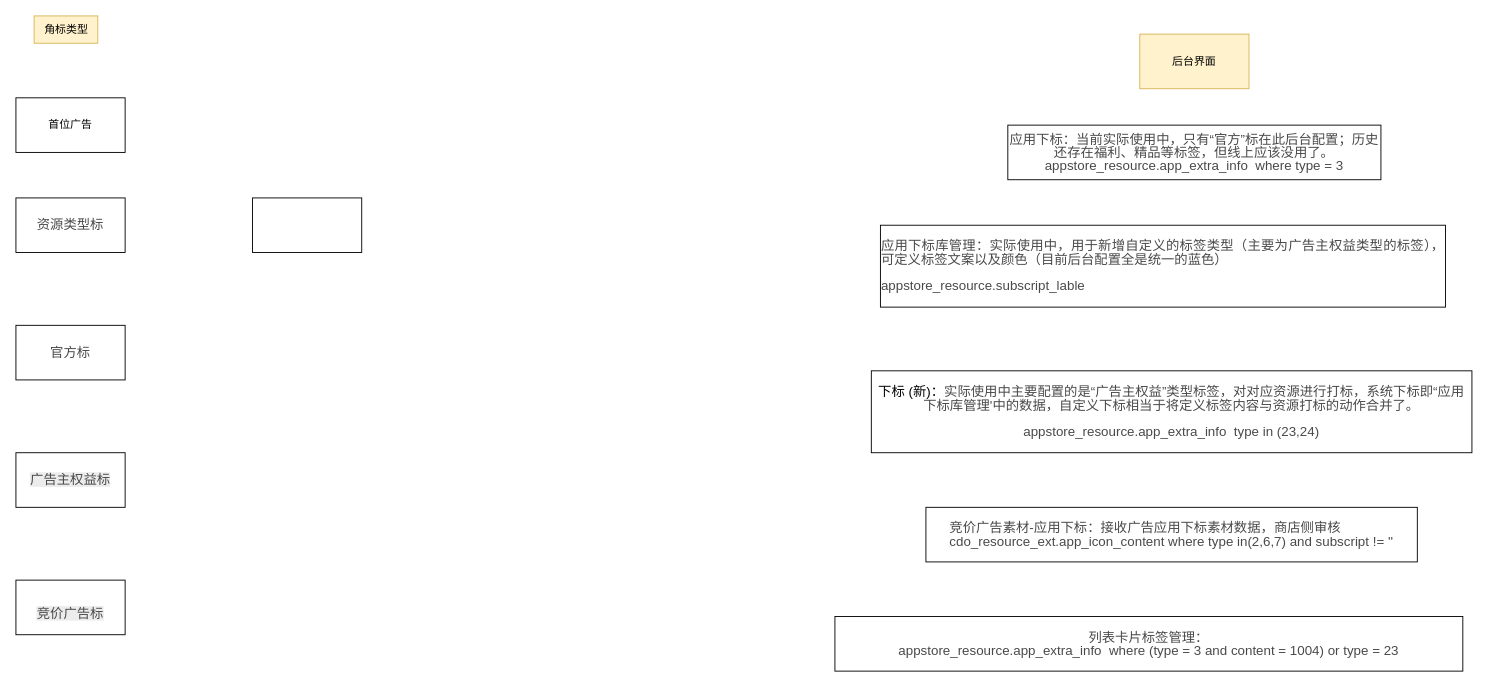
The draw.io diagram 角标数据源.drawio in ETHAN0430/draw.io.repo, before the edit. Source tidied: cells renumbered, new cells numbered last; positions are measured from the earlier drawing's top-left corner, leaving out a move shared by most shapes. Both pictures are drawn from the tidied source at 91%, with x=0, y=0 at pixel (15, 15).
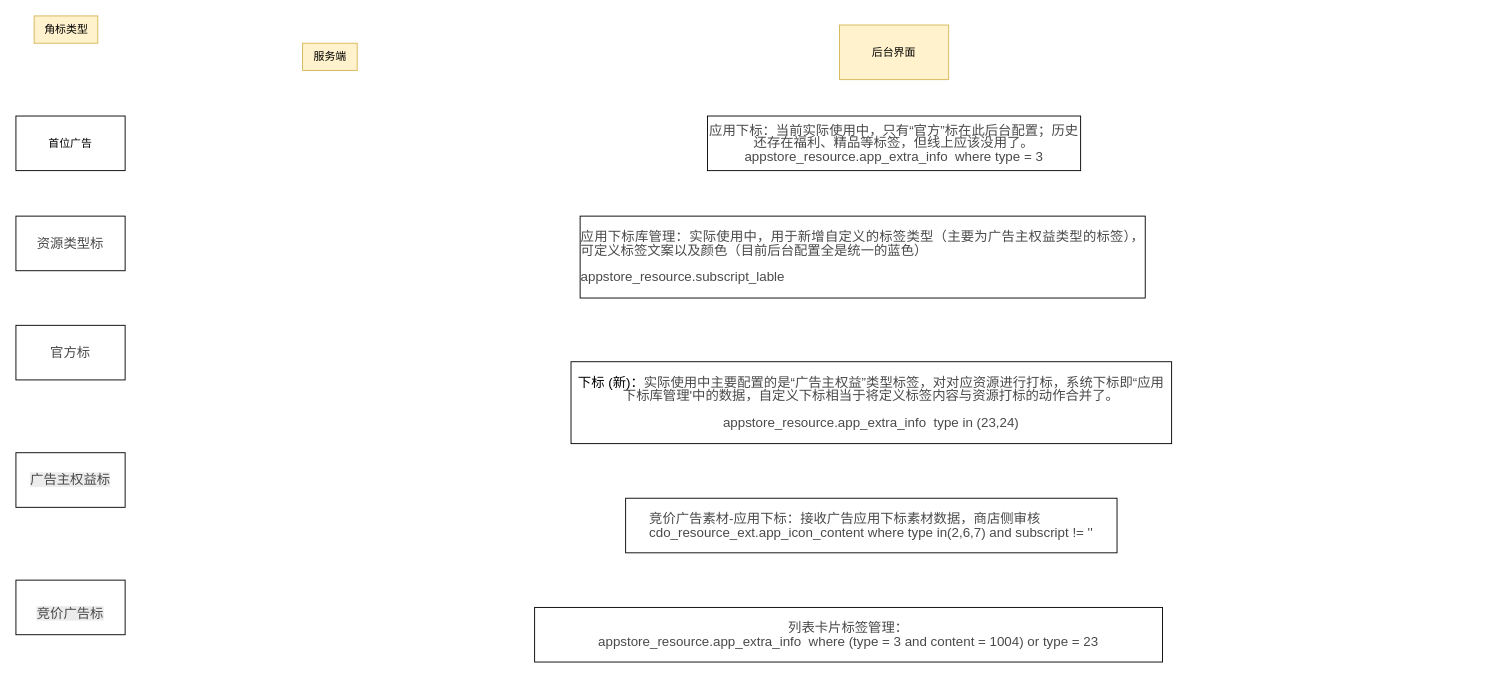
The same page after the edit.

Commit message (it also covers changes not shown here):
更新角标数据源.drawio

Diff of the diagram source:
```diff
@@
 <mxGraphModel>
   <root>
     <mxCell id="0" />
     <mxCell id="1" parent="0" />
     <mxCell id="2" value="首位广告" style="whiteSpace=wrap;html=1;" parent="1" vertex="1">
-      <mxGeometry y="90" width="120" height="60" as="geometry" />
+      <mxGeometry y="110" width="120" height="60" as="geometry" />
     </mxCell>
     <mxCell id="3" value="&lt;span&gt;&lt;p style=&quot;line-height: 100%;margin-bottom: 0pt;margin-top: 0pt;font-size: 11pt;color: #494949;&quot; class=&quot;ql-direction-ltr ql-long-284244&quot;&gt;&lt;span class=&quot;ql-author-284244&quot;&gt;资源类型标&lt;/span&gt;&lt;/p&gt;&lt;/span&gt;" style="whiteSpace=wrap;html=1;" parent="1" vertex="1">
-      <mxGeometry y="200" width="120" height="60" as="geometry" />
+      <mxGeometry y="220" width="120" height="60" as="geometry" />
     </mxCell>
     <mxCell id="4" value="&lt;span style=&quot;color: rgb(73, 73, 73); font-size: 14.6667px;&quot;&gt;官方标&lt;/span&gt;" style="whiteSpace=wrap;html=1;" parent="1" vertex="1">
       <mxGeometry y="340" width="120" height="60" as="geometry" />
     </mxCell>
     <mxCell id="5" value="&lt;br&gt;&lt;span style=&quot;color: rgb(73, 73, 73); font-family: Helvetica; font-size: 14.6667px; font-style: normal; font-variant-ligatures: normal; font-variant-caps: normal; font-weight: 400; letter-spacing: normal; orphans: 2; text-align: center; text-indent: 0px; text-transform: none; widows: 2; word-spacing: 0px; -webkit-text-stroke-width: 0px; white-space: normal; background-color: rgb(236, 236, 236); text-decoration-thickness: initial; text-decoration-style: initial; text-decoration-color: initial; display: inline !important; float: none;&quot;&gt;广告主权益标&lt;/span&gt;&lt;div&gt;&lt;br/&gt;&lt;/div&gt;" style="whiteSpace=wrap;html=1;" parent="1" vertex="1">
       <mxGeometry y="480" width="120" height="60" as="geometry" />
     </mxCell>
     <mxCell id="6" value="&lt;br&gt;&lt;span style=&quot;color: rgb(73, 73, 73); font-family: Helvetica; font-size: 14.6667px; font-style: normal; font-variant-ligatures: normal; font-variant-caps: normal; font-weight: 400; letter-spacing: normal; orphans: 2; text-align: center; text-indent: 0px; text-transform: none; widows: 2; word-spacing: 0px; -webkit-text-stroke-width: 0px; white-space: normal; background-color: rgb(236, 236, 236); text-decoration-thickness: initial; text-decoration-style: initial; text-decoration-color: initial; display: inline !important; float: none;&quot;&gt;竞价广告标&lt;/span&gt;" style="whiteSpace=wrap;html=1;" parent="1" vertex="1">
       <mxGeometry y="620" width="120" height="60" as="geometry" />
     </mxCell>
-    <mxCell id="7" style="whiteSpace=wrap;html=1;" parent="1" vertex="1">
-      <mxGeometry x="260" y="200" width="120" height="60" as="geometry" />
-    </mxCell>
     <mxCell id="8" value="&lt;span data-docs-delta=&quot;[[20,&amp;quot;应用下标后台：&amp;quot;,&amp;quot;inline-dir:\&amp;quot;ltr\&amp;quot;&amp;quot;],[20,&amp;quot;\n&amp;quot;,&amp;quot;24:\&amp;quot;hfpQ\&amp;quot;|direction:\&amp;quot;ltr\&amp;quot;&amp;quot;],[20,&amp;quot;appstore_resource.app_extra_info&amp;nbsp; where type = 3&amp;quot;,&amp;quot;inline-dir:\&amp;quot;ltr\&amp;quot;&amp;quot;],[20,&amp;quot;\n&amp;quot;,&amp;quot;24:\&amp;quot;KG1t\&amp;quot;|direction:\&amp;quot;ltr\&amp;quot;&amp;quot;],[20,&amp;quot;\n&amp;quot;,&amp;quot;24:\&amp;quot;nrkN\&amp;quot;&amp;quot;],[20,&amp;quot;应用下标库管理：&amp;quot;,&amp;quot;inline-dir:\&amp;quot;ltr\&amp;quot;&amp;quot;],[20,&amp;quot;\n&amp;quot;,&amp;quot;24:\&amp;quot;0zpr\&amp;quot;|direction:\&amp;quot;ltr\&amp;quot;&amp;quot;],[20,&amp;quot;appstore_resource.subscript_lable&amp;quot;,&amp;quot;inline-dir:\&amp;quot;ltr\&amp;quot;&amp;quot;],[20,&amp;quot;\n&amp;quot;,&amp;quot;24:\&amp;quot;eeaw\&amp;quot;|direction:\&amp;quot;ltr\&amp;quot;&amp;quot;],[20,&amp;quot;\n&amp;quot;,&amp;quot;24:\&amp;quot;owhY\&amp;quot;&amp;quot;],[20,&amp;quot;下标(新)：&amp;quot;,&amp;quot;inline-dir:\&amp;quot;ltr\&amp;quot;&amp;quot;],[20,&amp;quot;\n&amp;quot;,&amp;quot;24:\&amp;quot;AwLg\&amp;quot;|direction:\&amp;quot;ltr\&amp;quot;&amp;quot;],[20,&amp;quot;appstore_resource.app_extra_info&amp;nbsp; type in (23,24)&amp;quot;,&amp;quot;inline-dir:\&amp;quot;ltr\&amp;quot;&amp;quot;],[20,&amp;quot;\n&amp;quot;,&amp;quot;24:\&amp;quot;A2Q8\&amp;quot;|direction:\&amp;quot;ltr\&amp;quot;&amp;quot;],[20,&amp;quot;\n&amp;quot;,&amp;quot;24:\&amp;quot;ZBQM\&amp;quot;&amp;quot;],[20,&amp;quot;应用下标：（保留这个）&amp;quot;,&amp;quot;inline-dir:\&amp;quot;ltr\&amp;quot;&amp;quot;],[20,&amp;quot;\n&amp;quot;,&amp;quot;24:\&amp;quot;MEDD\&amp;quot;|direction:\&amp;quot;ltr\&amp;quot;&amp;quot;],[20,&amp;quot;cdo_resource_ext.app_icon_content where type in(2,6,7) and subscript != ''&amp;quot;,&amp;quot;inline-dir:\&amp;quot;ltr\&amp;quot;&amp;quot;],[20,&amp;quot;\n&amp;quot;,&amp;quot;24:\&amp;quot;bfCV\&amp;quot;|direction:\&amp;quot;ltr\&amp;quot;&amp;quot;],[20,&amp;quot;\n&amp;quot;,&amp;quot;24:\&amp;quot;RlGI\&amp;quot;&amp;quot;],[20,&amp;quot;列表卡片标签管理：（保留这个）&amp;quot;,&amp;quot;inline-dir:\&amp;quot;ltr\&amp;quot;&amp;quot;],[20,&amp;quot;\n&amp;quot;,&amp;quot;24:\&amp;quot;X4qz\&amp;quot;|direction:\&amp;quot;ltr\&amp;quot;&amp;quot;],[20,&amp;quot;appstore_resource.app_extra_info&amp;nbsp; where (type = 3 and content = 1004) or type = 23&amp;quot;,&amp;quot;inline-dir:\&amp;quot;ltr\&amp;quot;&amp;quot;]]&quot;&gt;&lt;p style=&quot;line-height: 100%;margin-bottom: 0pt;margin-top: 0pt;font-size: 11pt;color: #494949;&quot; class=&quot;ql-direction-ltr ql-long-284244&quot;&gt;&lt;span style=&quot;background-color: transparent; font-size: 11pt;&quot;&gt;列表卡片标签管理：&lt;/span&gt;&lt;br&gt;&lt;/p&gt;&lt;p style=&quot;line-height: 100%;margin-bottom: 0pt;margin-top: 0pt;font-size: 11pt;color: #494949;&quot; class=&quot;ql-direction-ltr ql-long-284244&quot;&gt;&lt;span class=&quot;ql-author-284244&quot;&gt;appstore_resource.app_extra_info&amp;nbsp; where (type = 3 and content = 1004) or type = 23&lt;/span&gt;&lt;/p&gt;&lt;/span&gt;" style="whiteSpace=wrap;html=1;" parent="1" vertex="1">
-      <mxGeometry x="900" y="660" width="690" height="60" as="geometry" />
+      <mxGeometry x="570" y="650" width="690" height="60" as="geometry" />
     </mxCell>
     <mxCell id="9" value="角标类型" style="text;html=1;align=center;verticalAlign=middle;strokeColor=#d6b656;fillColor=#fff2cc;" parent="1" vertex="1">
       <mxGeometry x="20" width="70" height="30" as="geometry" />
     </mxCell>
     <mxCell id="10" value="后台界面" style="whiteSpace=wrap;html=1;fillColor=#fff2cc;strokeColor=#d6b656;" parent="1" vertex="1">
-      <mxGeometry x="1235" y="20" width="120" height="60" as="geometry" />
+      <mxGeometry x="905" y="10" width="120" height="60" as="geometry" />
     </mxCell>
     <mxCell id="11" value="&lt;p style=&quot;line-height: 14.6667px; margin-bottom: 0pt; margin-top: 0pt; font-size: 11pt; color: rgb(73, 73, 73);&quot; class=&quot;ql-direction-ltr ql-long-284244&quot;&gt;&lt;span style=&quot;font-size: 11pt; text-align: justify; background-color: transparent;&quot; class=&quot;ql-author-256471&quot;&gt;应用下标：当前实际使用中，只有“官方”标在此后台配置；历史还存在福利、精品等标签，&lt;/span&gt;&lt;span style=&quot;font-size: 11pt; text-align: justify; background-color: transparent;&quot; class=&quot;ql-author-256471 ql-commented ql-commented-background&quot;&gt;但线上应该没用了。&lt;/span&gt;&lt;/p&gt;&lt;p style=&quot;line-height: 14.6667px; margin-bottom: 0pt; margin-top: 0pt; font-size: 11pt; color: rgb(73, 73, 73);&quot; class=&quot;ql-direction-ltr ql-long-284244&quot;&gt;&lt;span class=&quot;ql-author-284244&quot;&gt;appstore_resource.app_extra_info&amp;nbsp; where type = 3&lt;/span&gt;&lt;/p&gt;" style="whiteSpace=wrap;html=1;" parent="1" vertex="1">
-      <mxGeometry x="1090" y="120" width="410" height="60" as="geometry" />
+      <mxGeometry x="760" y="110" width="410" height="60" as="geometry" />
     </mxCell>
     <mxCell id="12" value="&lt;span&gt;&lt;p style=&quot;line-height: 100%;margin-bottom: 0pt;margin-top: 0pt;text-align: justify;font-size: 11pt;color: #494949;&quot; class=&quot;ql-align-justify ql-direction-ltr ql-long-256471&quot; align=&quot;justify&quot;&gt;&lt;span class=&quot;ql-author-256471&quot;&gt;应用下标库管理：实际使用中，用于新增自定义的标签类型（主要为广告主权益类型的标签），可定义标签文案以及颜色&lt;/span&gt;&lt;span class=&quot;ql-author-256471 ql-commented ql-commented-background&quot;&gt;（目前后台配置全是统一的蓝色）&lt;br&gt;&lt;br&gt;&lt;span style=&quot;text-align: center;&quot;&gt;appstore_resource.subscript_lable&lt;/span&gt;&lt;br&gt;&lt;/span&gt;&lt;/p&gt;&lt;/span&gt;" style="whiteSpace=wrap;html=1;" parent="1" vertex="1">
-      <mxGeometry x="950" y="230" width="621" height="90" as="geometry" />
+      <mxGeometry x="620" y="220" width="621" height="90" as="geometry" />
     </mxCell>
     <mxCell id="13" value="&lt;span&gt;&lt;p style=&quot;line-height: 100%;margin-bottom: 0pt;margin-top: 0pt;font-size: 11pt;color: #494949;&quot; class=&quot;ql-direction-ltr ql-long-256471&quot;&gt;&lt;span style=&quot;color: rgb(0, 0, 0);color: rgb(0, 0, 0);&quot; class=&quot;ql-author-256471&quot;&gt;下标 (新)：&lt;/span&gt;&lt;span class=&quot;ql-author-256471&quot;&gt;实际使用中主要配置的是“广告主权益”类型标签，对对应资源进行打标，系统下标即“应用下标库管理'中的数据，自定义下标相当于将定义标签内容与资源打标的动作合并了。&lt;br&gt;&lt;br&gt;appstore_resource.app_extra_info&amp;nbsp; type in (23,24)&lt;br&gt;&lt;/span&gt;&lt;/p&gt;&lt;/span&gt;" style="whiteSpace=wrap;html=1;" parent="1" vertex="1">
-      <mxGeometry x="940" y="390" width="660" height="90" as="geometry" />
+      <mxGeometry x="610" y="380" width="660" height="90" as="geometry" />
     </mxCell>
     <mxCell id="14" value="&lt;span&gt;&lt;p style=&quot;line-height: 100%;margin-bottom: 0pt;margin-top: 0pt;text-align: justify;font-size: 11pt;color: #494949;&quot; class=&quot;ql-align-justify ql-direction-ltr ql-long-256471&quot; align=&quot;justify&quot;&gt;&lt;span class=&quot;ql-author-256471&quot;&gt;竞价广告素材-应用下标：接收广告应用下标素材数据，商店侧审核&lt;br&gt;&lt;span style=&quot;text-align: center;&quot;&gt;cdo_resource_ext.app_icon_content where type in(2,6,7) and subscript != ''&lt;/span&gt;&lt;br&gt;&lt;/span&gt;&lt;/p&gt;&lt;/span&gt;" style="whiteSpace=wrap;html=1;" parent="1" vertex="1">
-      <mxGeometry x="1000" y="540" width="540" height="60" as="geometry" />
+      <mxGeometry x="670" y="530" width="540" height="60" as="geometry" />
     </mxCell>
+    <mxCell id="15" value="服务端" style="text;html=1;align=center;verticalAlign=middle;strokeColor=#d6b656;fillColor=#fff2cc;" parent="1" vertex="1">
+      <mxGeometry x="315" y="30" width="60" height="30" as="geometry" />
+    </mxCell>
   </root>
 </mxGraphModel>
```
